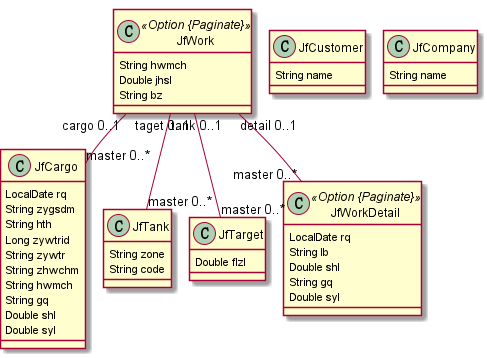
Before: jdl/rzg-mobile.png, a diagram exported from PlantUML (ygfgit/rzbid).
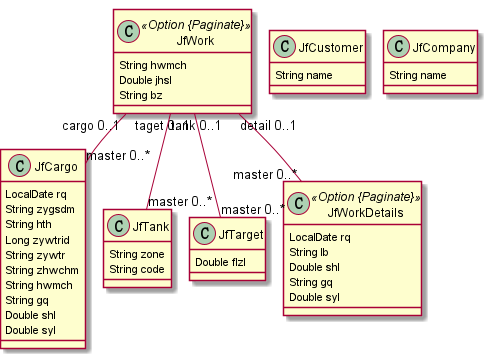
After the change.

Diff of the diagram source:
```diff
@@ -31,7 +31,7 @@
 	class JfTarget  {
 		Double flzl
 	}
-	class JfWorkDetail <<Option {Paginate}>> {
+	class JfWorkDetails <<Option {Paginate}>> {
 		LocalDate rq
 		String lb
 		Double shl
@@ -41,5 +41,5 @@
 	JfWork  "cargo 0..1 " --o "master 0..* "  JfCargo
 	JfWork  "taget 0..1 " --o "master 0..* "  JfTarget
 	JfWork  "tank 0..1 " --o "master 0..* "  JfTank
-	JfWork  "detail 0..1 " --o "master 0..* "  JfWorkDetail
+	JfWork  "detail 0..1 " --o "master 0..* "  JfWorkDetails
 @enduml
```
